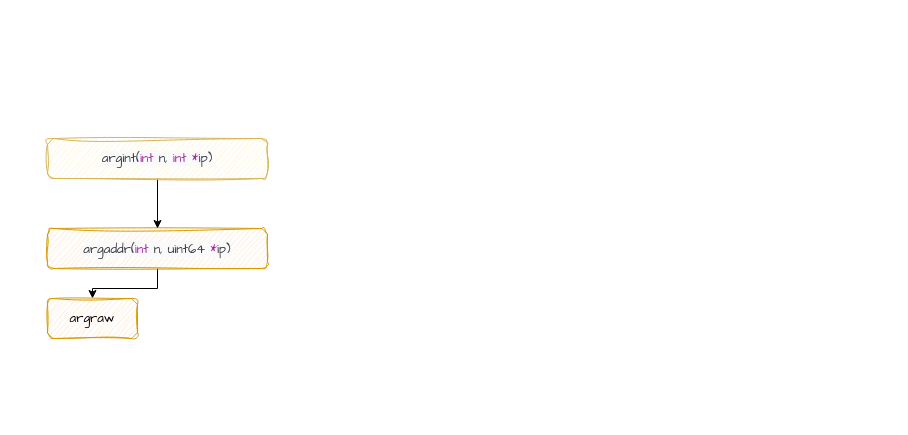
Above: 函数参数解析.drawio in luoya-try/draw_io (draw.io), before the change. Source tidied: cells renumbered, new cells numbered last; positions are measured from the earlier drawing's top-left corner, leaving out a move shared by most shapes. Both pictures are drawn from the tidied source at 100%, with x=0, y=0 at pixel (47, 138).
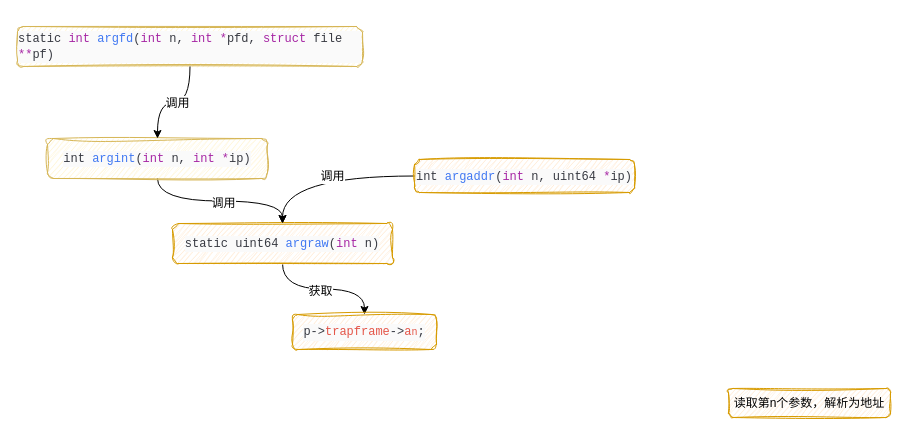
Above is the later version.

Commit message (it also covers changes not shown here):
更新函数参数解析.drawio

What changed in the source:
```diff
@@
 <mxGraphModel>
   <root>
     <mxCell id="0" />
     <mxCell id="1" parent="0" />
-    <mxCell id="2" style="edgeStyle=orthogonalEdgeStyle;rounded=0;jettySize=auto;html=1;fontFamily=Comic Sans MS;fontSize=13;" parent="1" edge="1" source="3" target="4">
-      <mxGeometry relative="1" as="geometry" />
-    </mxCell>
-    <mxCell id="3" value="&lt;div style=&quot;color: rgb(56, 58, 66); background-color: rgb(250, 250, 250); line-height: 16px; font-size: 13px;&quot;&gt;argaddr(&lt;span style=&quot;color: rgb(166, 38, 164); font-size: 13px;&quot;&gt;int&lt;/span&gt; n, uint64 &lt;span style=&quot;color: rgb(166, 38, 164); font-size: 13px;&quot;&gt;*&lt;/span&gt;ip)&lt;/div&gt;" style="rounded=1;whiteSpace=wrap;html=1;fillColor=#ffe6cc;strokeColor=#d79b00;glass=0;shadow=0;rotation=0;disableMultiStrokeFill=0;sketch=1;curveFitting=1;jiggle=2;fontFamily=Comic Sans MS;fontSize=13;" parent="1" vertex="1">
-      <mxGeometry y="90" width="220" height="40" as="geometry" />
-    </mxCell>
-    <mxCell id="4" value="argraw" style="rounded=1;whiteSpace=wrap;html=1;fillColor=#ffe6cc;strokeColor=#d79b00;sketch=1;curveFitting=1;jiggle=2;glass=0;shadow=0;rotation=0;fontFamily=Comic Sans MS;fontSize=13;" parent="1" vertex="1">
-      <mxGeometry y="160" width="90" height="40" as="geometry" />
-    </mxCell>
-    <mxCell id="5" style="edgeStyle=orthogonalEdgeStyle;rounded=0;jettySize=auto;html=1;entryX=0.5;entryY=0;entryDx=0;entryDy=0;fontFamily=Comic Sans MS;fontSize=13;" parent="1" edge="1" source="6" target="3">
-      <mxGeometry relative="1" as="geometry" />
-    </mxCell>
+    <mxCell id="7" style="edgeStyle=orthogonalEdgeStyle;rounded=0;jettySize=auto;html=1;fontFamily=Helvetica;fontSize=12;fontColor=default;curved=1;" parent="1" edge="1" source="6" target="11">
+      <mxGeometry relative="1" as="geometry" />
+    </mxCell>
+    <mxCell id="8" value="调用" style="edgeLabel;html=1;align=center;verticalAlign=middle;fontSize=12;fontFamily=Helvetica;fontColor=default;" parent="7" vertex="1">
+      <mxGeometry x="0.03" y="-2" relative="1" as="geometry" />
+    </mxCell>
-    <mxCell id="6" value="&lt;p style=&quot;line-height: 114%; font-size: 13px;&quot;&gt;&lt;/p&gt;&lt;div style=&quot;color: rgb(56, 58, 66); background-color: rgb(250, 250, 250); line-height: 114%; font-size: 13px;&quot;&gt;&lt;font style=&quot;font-size: 13px;&quot;&gt;argint(&lt;span style=&quot;color: rgb(166, 38, 164); font-size: 13px;&quot;&gt;int&lt;/span&gt; n, &lt;span style=&quot;color: rgb(166, 38, 164); font-size: 13px;&quot;&gt;int&lt;/span&gt; &lt;span style=&quot;color: rgb(166, 38, 164); font-size: 13px;&quot;&gt;*&lt;/span&gt;ip)&lt;/font&gt;&lt;/div&gt;&lt;p style=&quot;font-size: 13px;&quot;&gt;&lt;/p&gt;" style="rounded=1;whiteSpace=wrap;html=1;fillColor=#fff2cc;strokeColor=#d6b656;sketch=1;curveFitting=1;jiggle=2;glass=0;shadow=0;rotation=0;fontFamily=Comic Sans MS;fontSize=13;" parent="1" vertex="1">
+    <mxCell id="6" value="&lt;p style=&quot;line-height: 114%; font-size: 13px;&quot;&gt;&lt;/p&gt;&lt;div style=&quot;color: rgb(56, 58, 66); background-color: rgb(250, 250, 250); line-height: 114%; font-size: 13px;&quot;&gt;&lt;div style=&quot;font-family: Consolas, &amp;quot;Courier New&amp;quot;, monospace; font-size: 12px; line-height: 16px;&quot;&gt;&lt;div&gt;int&amp;nbsp;&lt;span style=&quot;color: rgb(64, 120, 242);&quot;&gt;argint&lt;/span&gt;(&lt;span style=&quot;color: rgb(166, 38, 164);&quot;&gt;int&lt;/span&gt; n, &lt;span style=&quot;color: rgb(166, 38, 164);&quot;&gt;int&lt;/span&gt; &lt;span style=&quot;color: rgb(166, 38, 164);&quot;&gt;*&lt;/span&gt;ip)&lt;/div&gt;&lt;/div&gt;&lt;/div&gt;&lt;p style=&quot;font-size: 13px;&quot;&gt;&lt;/p&gt;" style="rounded=1;whiteSpace=wrap;html=1;fillColor=#fff2cc;strokeColor=#d6b656;sketch=1;curveFitting=1;jiggle=2;glass=0;shadow=0;rotation=0;fontFamily=Comic Sans MS;fontSize=13;" parent="1" vertex="1">
       <mxGeometry width="220" height="40" as="geometry" />
     </mxCell>
+    <mxCell id="9" style="edgeStyle=orthogonalEdgeStyle;shape=connector;curved=1;rounded=0;jettySize=auto;html=1;exitX=0.5;exitY=1;exitDx=0;exitDy=0;labelBackgroundColor=default;strokeColor=default;fontFamily=Helvetica;fontSize=12;fontColor=default;endArrow=classic;entryX=0.5;entryY=0;entryDx=0;entryDy=0;" parent="1" edge="1" source="11" target="15">
+      <mxGeometry relative="1" as="geometry" />
+    </mxCell>
+    <mxCell id="10" value="获取" style="edgeLabel;html=1;align=center;verticalAlign=middle;fontSize=12;fontFamily=Helvetica;fontColor=default;" parent="9" vertex="1">
+      <mxGeometry x="-0.06" y="-2" relative="1" as="geometry" />
+    </mxCell>
+    <mxCell id="11" value="&lt;div style=&quot;color: rgb(56, 58, 66); background-color: rgb(250, 250, 250); line-height: 16px; font-size: 13px;&quot;&gt;&lt;div style=&quot;font-family: Consolas, &amp;quot;Courier New&amp;quot;, monospace; font-size: 12px; line-height: 16px;&quot;&gt;&lt;div&gt;static uint64&amp;nbsp;&lt;span style=&quot;color: rgb(64, 120, 242);&quot;&gt;argraw&lt;/span&gt;(&lt;span style=&quot;color: rgb(166, 38, 164);&quot;&gt;int&lt;/span&gt; n)&lt;/div&gt;&lt;/div&gt;&lt;/div&gt;" style="rounded=1;whiteSpace=wrap;html=1;fillColor=#ffe6cc;strokeColor=#d79b00;glass=0;shadow=0;rotation=0;disableMultiStrokeFill=0;sketch=1;curveFitting=1;jiggle=2;fontFamily=Comic Sans MS;fontSize=13;" parent="1" vertex="1">
+      <mxGeometry x="125" y="85" width="220" height="40" as="geometry" />
+    </mxCell>
+    <mxCell id="12" style="edgeStyle=orthogonalEdgeStyle;rounded=0;jettySize=auto;html=1;entryX=0.5;entryY=0;entryDx=0;entryDy=0;fontFamily=Helvetica;fontSize=12;fontColor=default;curved=1;" parent="1" edge="1" source="14" target="11">
+      <mxGeometry relative="1" as="geometry" />
+    </mxCell>
+    <mxCell id="13" value="调用" style="edgeLabel;html=1;align=center;verticalAlign=middle;fontSize=12;fontFamily=Helvetica;fontColor=default;" parent="12" vertex="1">
+      <mxGeometry x="-0.07" relative="1" as="geometry" />
+    </mxCell>
+    <mxCell id="14" value="&lt;div style=&quot;color: rgb(56, 58, 66); background-color: rgb(250, 250, 250); line-height: 16px; font-size: 13px;&quot;&gt;&lt;div style=&quot;font-family: Consolas, &amp;quot;Courier New&amp;quot;, monospace; font-size: 12px; line-height: 16px;&quot;&gt;&lt;div&gt;int&amp;nbsp;&lt;span style=&quot;color: rgb(64, 120, 242);&quot;&gt;argaddr&lt;/span&gt;(&lt;span style=&quot;color: rgb(166, 38, 164);&quot;&gt;int&lt;/span&gt; n, uint64 &lt;span style=&quot;color: rgb(166, 38, 164);&quot;&gt;*&lt;/span&gt;ip)&lt;/div&gt;&lt;/div&gt;&lt;/div&gt;" style="rounded=1;whiteSpace=wrap;html=1;fillColor=#ffe6cc;strokeColor=#d79b00;glass=0;shadow=0;rotation=0;disableMultiStrokeFill=0;sketch=1;curveFitting=1;jiggle=2;fontFamily=Comic Sans MS;fontSize=13;" parent="1" vertex="1">
+      <mxGeometry x="367" y="21" width="220" height="33" as="geometry" />
+    </mxCell>
+    <mxCell id="15" value="&lt;div style=&quot;color: rgb(56, 58, 66); background-color: rgb(250, 250, 250); font-family: Consolas, &amp;quot;Courier New&amp;quot;, monospace; line-height: 16px;&quot;&gt;p-&amp;gt;&lt;span style=&quot;color: #e45649;&quot;&gt;trapframe&lt;/span&gt;-&amp;gt;&lt;span style=&quot;color: #e45649;&quot;&gt;a&lt;span style=&quot;font-size: 10px;&quot;&gt;n&lt;/span&gt;&lt;/span&gt;;&lt;/div&gt;" style="rounded=1;whiteSpace=wrap;html=1;shadow=0;glass=0;sketch=1;jiggle=2;curveFitting=1;strokeColor=#d79b00;fontFamily=Helvetica;fontSize=12;fontColor=default;fillColor=#ffe6cc;" parent="1" vertex="1">
+      <mxGeometry x="245" y="176" width="144" height="35" as="geometry" />
+    </mxCell>
+    <mxCell id="16" value="读取第n个参数，解析为地址" style="rounded=1;whiteSpace=wrap;html=1;shadow=0;glass=0;sketch=1;jiggle=2;curveFitting=1;strokeColor=#d79b00;fontFamily=Helvetica;fontSize=12;fontColor=default;fillColor=#ffe6cc;" parent="1" vertex="1">
+      <mxGeometry x="681" y="250" width="162" height="29" as="geometry" />
+    </mxCell>
+    <mxCell id="17" value="&lt;p style=&quot;line-height: 114%; font-size: 13px;&quot;&gt;&lt;/p&gt;&lt;div style=&quot;color: rgb(56, 58, 66); background-color: rgb(250, 250, 250); line-height: 114%; font-size: 13px;&quot;&gt;&lt;div style=&quot;font-family: Consolas, &amp;quot;Courier New&amp;quot;, monospace; font-size: 12px; line-height: 16px;&quot;&gt;&lt;div style=&quot;text-align: left;&quot;&gt;static &lt;span style=&quot;color: rgb(166, 38, 164);&quot;&gt;int&amp;nbsp;&lt;/span&gt;&lt;span style=&quot;color: rgb(64, 120, 242);&quot;&gt;argfd&lt;/span&gt;(&lt;span style=&quot;color: rgb(166, 38, 164);&quot;&gt;int&lt;/span&gt; n, &lt;span style=&quot;color: rgb(166, 38, 164);&quot;&gt;int&lt;/span&gt; &lt;span style=&quot;color: rgb(166, 38, 164);&quot;&gt;*&lt;/span&gt;pfd, &lt;span style=&quot;color: rgb(166, 38, 164);&quot;&gt;struct&lt;/span&gt; file &lt;span style=&quot;color: rgb(166, 38, 164);&quot;&gt;**&lt;/span&gt;pf)&lt;br&gt;&lt;/div&gt;&lt;/div&gt;&lt;/div&gt;&lt;p style=&quot;font-size: 13px;&quot;&gt;&lt;/p&gt;" style="rounded=1;whiteSpace=wrap;html=1;fillColor=#fff2cc;strokeColor=#d6b656;sketch=1;curveFitting=1;jiggle=2;glass=0;shadow=0;rotation=0;fontFamily=Comic Sans MS;fontSize=13;" parent="1" vertex="1">
+      <mxGeometry x="-30" y="-112" width="345" height="40" as="geometry" />
+    </mxCell>
+    <mxCell id="18" style="edgeStyle=orthogonalEdgeStyle;rounded=0;jettySize=auto;html=1;entryX=0.5;entryY=0;entryDx=0;entryDy=0;fontFamily=Helvetica;fontSize=12;fontColor=default;curved=1;exitX=0.5;exitY=1;exitDx=0;exitDy=0;" parent="1" edge="1" source="17" target="6">
+      <mxGeometry relative="1" as="geometry" />
+    </mxCell>
+    <mxCell id="19" value="调用" style="edgeLabel;html=1;align=center;verticalAlign=middle;fontSize=12;fontFamily=Helvetica;fontColor=default;" parent="18" vertex="1">
+      <mxGeometry x="-0.07" relative="1" as="geometry" />
+    </mxCell>
   </root>
 </mxGraphModel>
```
